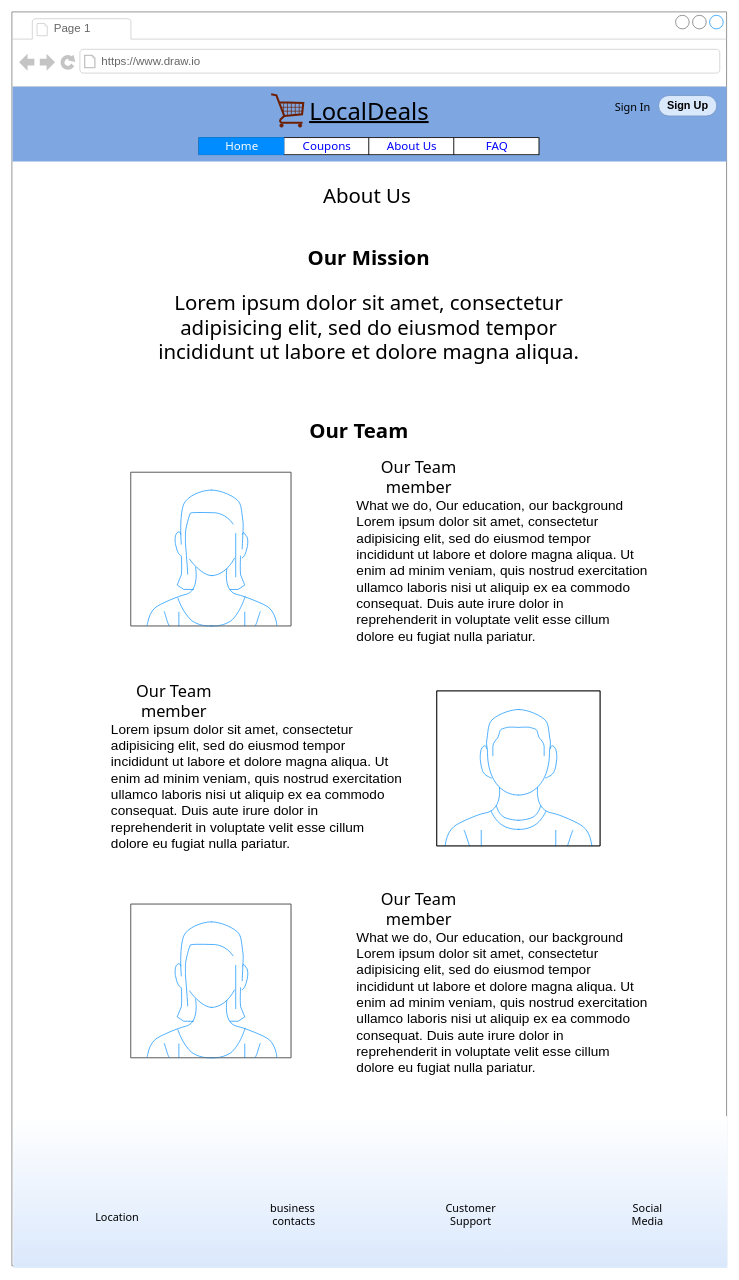
The draw.io diagram page "About Us" (5 of 9) of coupon.drawio in EsmeraldaAca/UIDesign, before the edit. Source tidied: cells renumbered, new cells numbered last; positions are measured from the earlier drawing's top-left corner, leaving out a move shared by most shapes. Both pictures are drawn from the tidied source at 68%, with x=0, y=0 at pixel (12, 12). Pictures stored in the file or linked from it are replaced by grey dashed boxes.
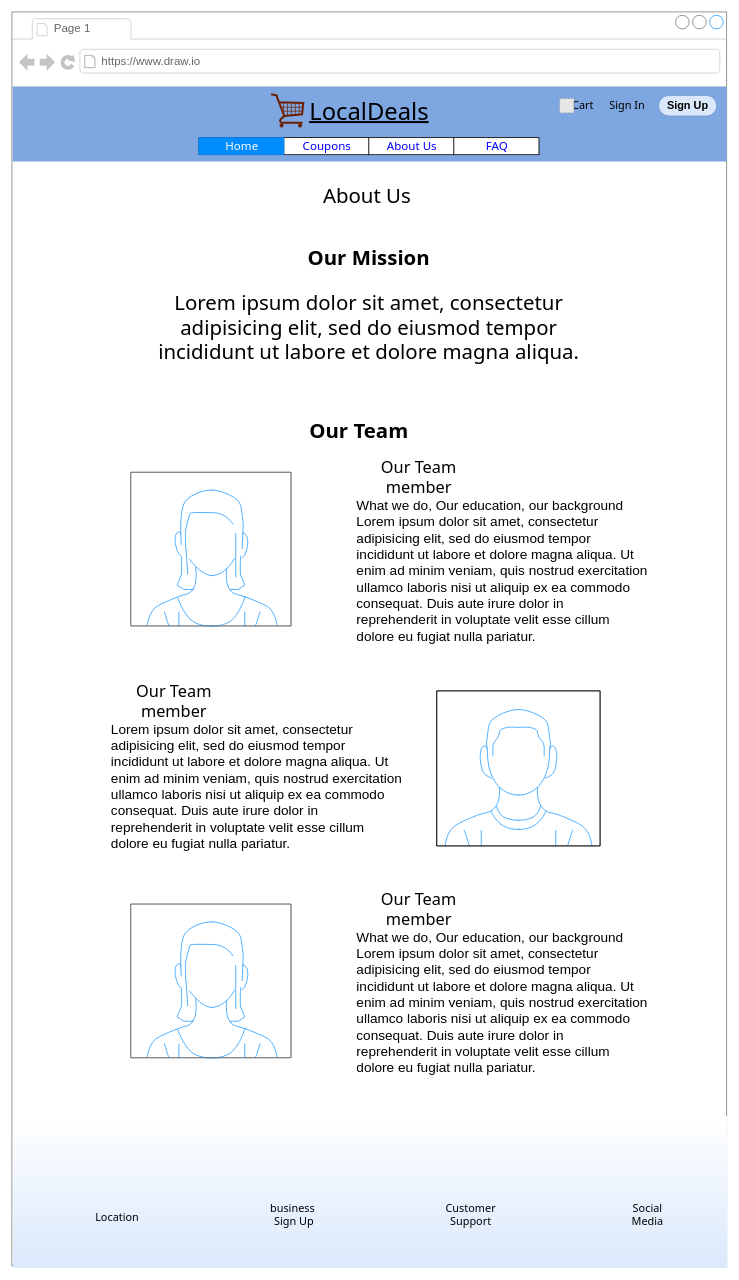
The same diagram, later.

Unchanged cells that the change refers to:
```xml
<mxCell id="2" style="strokeWidth=1;shadow=0;dashed=0;align=center;html=1;shape=mxgraph.mockup.containers.browserWindow;rSize=0;strokeColor=#666666;strokeColor2=#008cff;strokeColor3=#c4c4c4;mainText=,;" parent="1" vertex="1">
  <mxGeometry width="1051" height="1844" as="geometry" />
</mxCell>
```

Diff of the diagram source:
```diff
@@
-    <mxCell id="6" value="Sign Up" style="rounded=1;html=1;shadow=0;dashed=0;whiteSpace=wrap;fontSize=16;fillColor=#dae8fc;align=center;strokeColor=#6c8ebf;fontStyle=1;arcSize=50;" parent="2" vertex="1">
-      <mxGeometry x="951" y="123" width="85.5" height="30" as="geometry" />
-    </mxCell>
@@
-    <mxCell id="18" value="&lt;font style=&quot;font-size: 16px;&quot;&gt;Sign In&lt;/font&gt;" style="text;html=1;strokeColor=none;fillColor=none;align=center;verticalAlign=middle;whiteSpace=wrap;rounded=0;shadow=0;labelBackgroundColor=none;labelBorderColor=none;fontFamily=Tahoma;fontSize=24;fontColor=none;" parent="2" vertex="1">
-      <mxGeometry x="883" y="122" width="60" height="30" as="geometry" />
-    </mxCell>
@@
-    <mxCell id="28" value="business&amp;nbsp; contacts" style="text;html=1;strokeColor=none;fillColor=none;align=center;verticalAlign=middle;whiteSpace=wrap;rounded=0;shadow=0;labelBackgroundColor=none;labelBorderColor=none;fontFamily=Tahoma;fontSize=16;fontColor=#000000;" parent="1" vertex="1">
+    <mxCell id="28" value="business&amp;nbsp; Sign Up" style="text;html=1;strokeColor=none;fillColor=none;align=center;verticalAlign=middle;whiteSpace=wrap;rounded=0;shadow=0;labelBackgroundColor=none;labelBorderColor=none;fontFamily=Tahoma;fontSize=16;fontColor=#000000;" parent="1" vertex="1">
       <mxGeometry x="385" y="1754" width="60" height="30" as="geometry" />
     </mxCell>
@@
+    <mxCell id="18" value="Sign In" style="text;html=1;strokeColor=none;fillColor=none;align=center;verticalAlign=middle;whiteSpace=wrap;rounded=0;shadow=0;labelBackgroundColor=none;labelBorderColor=none;fontFamily=Tahoma;fontSize=16;fontColor=#000000;" parent="1" vertex="1">
+      <mxGeometry x="875" y="123" width="60" height="30" as="geometry" />
+    </mxCell>
+    <mxCell id="32" value="&lt;font style=&quot;font-size: 16px;&quot; color=&quot;#000000&quot;&gt;Cart&lt;/font&gt;" style="text;html=1;strokeColor=none;fillColor=none;align=center;verticalAlign=middle;whiteSpace=wrap;rounded=0;shadow=1;labelBackgroundColor=none;labelBorderColor=none;fontFamily=Tahoma;fontSize=15;fontColor=#7EA6E0;opacity=60;" parent="1" vertex="1">
+      <mxGeometry x="810" y="123" width="60" height="30" as="geometry" />
+    </mxCell>
+    <mxCell id="33" style="fillColor=#E6E6E6;strokeColor=#999999;dashed=1;html=1;verticalAlign=top;verticalLabelPosition=bottom;labelBackgroundColor=#ffffff;fontFamily=Tahoma;fontSize=16;fontColor=#000000;" parent="1" vertex="1">
+      <mxGeometry x="805.5" y="127.5" width="21" height="21" as="geometry" />
+    </mxCell>
+    <mxCell id="6" value="Sign Up" style="rounded=1;html=1;shadow=0;dashed=0;whiteSpace=wrap;fontSize=16;fillColor=#dae8fc;align=center;strokeColor=#6c8ebf;fontStyle=1;arcSize=50;" parent="1" vertex="1">
+      <mxGeometry x="951" y="123" width="85.5" height="30" as="geometry" />
+    </mxCell>
```
